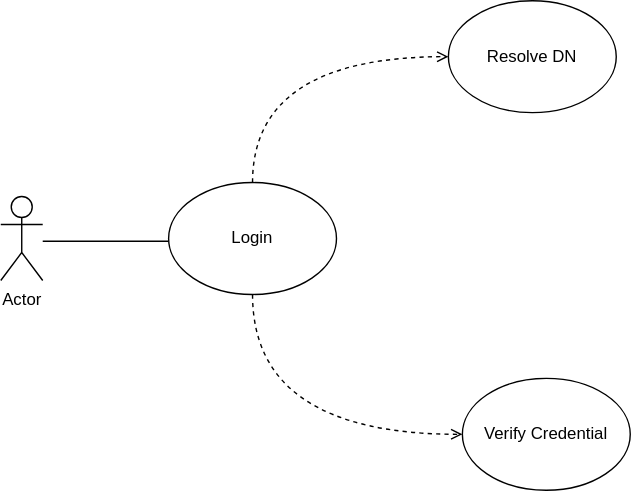
Earlier version of the draw.io export Use Case 1 - Bind.drawio.svg (bartelsjoshuac/SAPG). Source tidied: cells renumbered, new cells last; positions are measured from the earlier drawing's top-left corner, leaving out a move shared by most shapes.
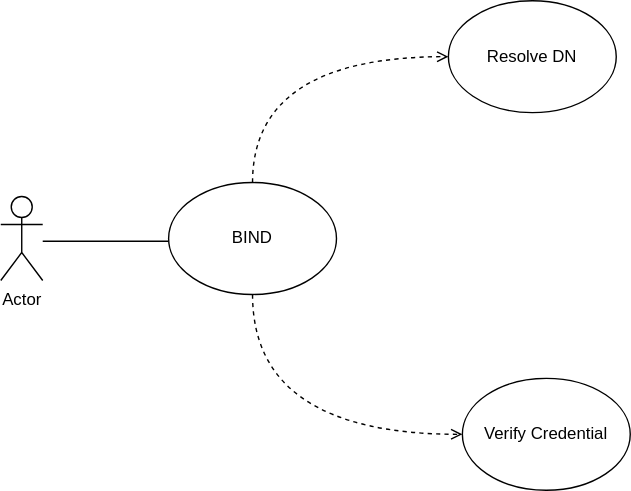
After the change.

The edit, as a diff of the source:
```diff
@@ -14,7 +14,7 @@
     <mxCell id="4" style="edgeStyle=orthogonalEdgeStyle;rounded=1;jettySize=auto;html=1;entryX=0;entryY=0.5;entryDx=0;entryDy=0;dashed=1;strokeWidth=1;endFill=0;endArrow=open;curved=1;exitX=0.5;exitY=0;exitDx=0;exitDy=0;" parent="1" edge="1" source="5" target="8">
       <mxGeometry relative="1" as="geometry" />
     </mxCell>
-    <mxCell id="5" value="Login" style="ellipse;whiteSpace=wrap;html=1;fillColor=#FFFFFF;" parent="1" vertex="1">
+    <mxCell id="5" value="BIND" style="ellipse;whiteSpace=wrap;html=1;fillColor=#FFFFFF;" parent="1" vertex="1">
       <mxGeometry x="120" y="130" width="120" height="80" as="geometry" />
     </mxCell>
     <mxCell id="6" value="Verify Credential" style="ellipse;whiteSpace=wrap;html=1;fillColor=#FFFFFF;" parent="1" vertex="1">
```
